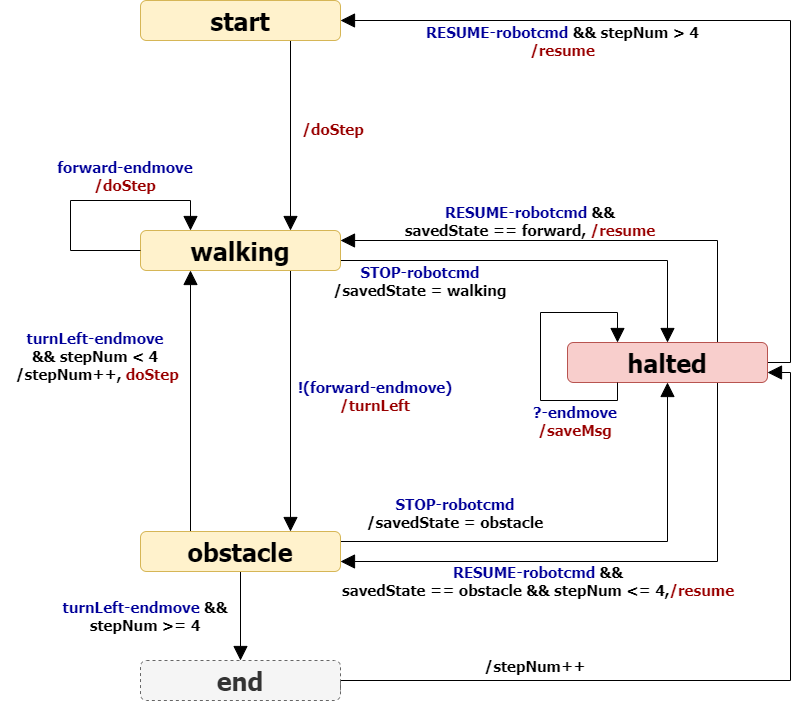
Above: userDocs/img/ResumableBoundaryWalkerWithActor.png in LM-96/MarchegianiLuca (draw.io), before the change. Source tidied: cells renumbered, new cells last; positions are measured from the earlier drawing's top-left corner, leaving out a move shared by most shapes.
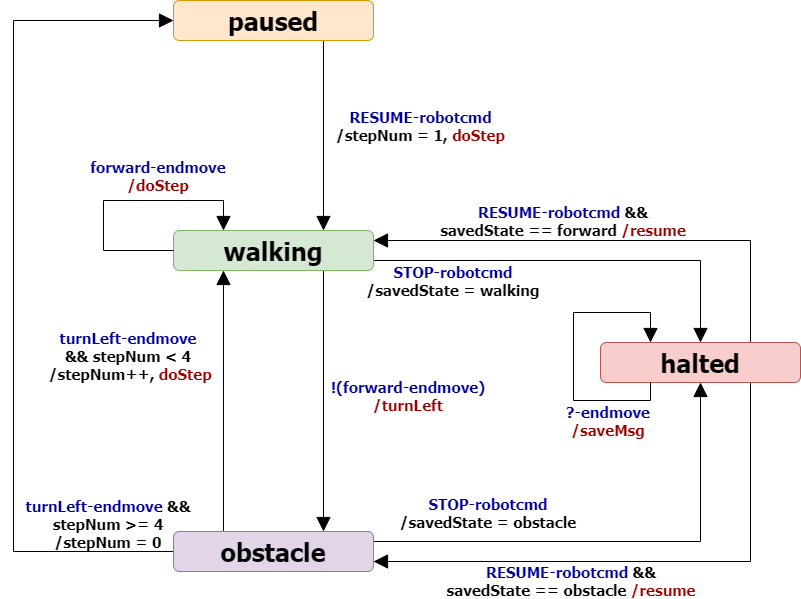
Above is the later version.

Diff of the diagram source:
```diff
@@ -5,116 +5,96 @@
     <mxCell id="2" style="edgeStyle=orthogonalEdgeStyle;rounded=0;jettySize=auto;html=1;exitX=0.75;exitY=1;exitDx=0;exitDy=0;entryX=0.75;entryY=0;entryDx=0;entryDy=0;fontFamily=Tahoma;fontSize=25;endSize=12;endArrow=block;endFill=1;" parent="1" edge="1" source="3" target="6">
       <mxGeometry relative="1" as="geometry" />
     </mxCell>
-    <mxCell id="3" value="start" style="rounded=1;whiteSpace=wrap;html=1;fillColor=#fff2cc;strokeColor=#d6b656;fontStyle=1;fontSize=25;fontFamily=Tahoma;" parent="1" vertex="1">
+    <mxCell id="3" value="paused" style="rounded=1;whiteSpace=wrap;html=1;fillColor=#ffe6cc;strokeColor=#d79b00;fontStyle=1;fontSize=25;fontFamily=Tahoma;" parent="1" vertex="1">
       <mxGeometry x="140" width="200" height="40" as="geometry" />
     </mxCell>
     <mxCell id="4" style="edgeStyle=orthogonalEdgeStyle;rounded=0;jettySize=auto;html=1;exitX=0.75;exitY=1;exitDx=0;exitDy=0;entryX=0.75;entryY=0;entryDx=0;entryDy=0;endArrow=block;endFill=1;endSize=12;fontFamily=Tahoma;fontSize=25;" parent="1" edge="1" source="6" target="10">
       <mxGeometry relative="1" as="geometry" />
     </mxCell>
-    <mxCell id="5" style="rounded=0;jettySize=auto;html=1;exitX=1;exitY=0.75;exitDx=0;exitDy=0;entryX=0.5;entryY=0;entryDx=0;entryDy=0;endArrow=block;endFill=1;endSize=12;fontFamily=Tahoma;fontSize=22;fontColor=#990000;edgeStyle=orthogonalEdgeStyle;" parent="1" edge="1" source="6" target="14">
+    <mxCell id="5" style="rounded=0;jettySize=auto;html=1;exitX=1;exitY=0.75;exitDx=0;exitDy=0;entryX=0.5;entryY=0;entryDx=0;entryDy=0;endArrow=block;endFill=1;endSize=12;fontFamily=Tahoma;fontSize=22;fontColor=#990000;edgeStyle=orthogonalEdgeStyle;" parent="1" edge="1" source="6" target="13">
       <mxGeometry relative="1" as="geometry">
         <Array as="points">
           <mxPoint x="667" y="260" />
         </Array>
       </mxGeometry>
     </mxCell>
-    <mxCell id="6" value="walking" style="rounded=1;whiteSpace=wrap;html=1;fillColor=#fff2cc;strokeColor=#d6b656;fontStyle=1;fontSize=25;fontFamily=Tahoma;" parent="1" vertex="1">
+    <mxCell id="6" value="walking" style="rounded=1;whiteSpace=wrap;html=1;fillColor=#d5e8d4;strokeColor=#82b366;fontStyle=1;fontSize=25;fontFamily=Tahoma;" parent="1" vertex="1">
       <mxGeometry x="140" y="230" width="200" height="40" as="geometry" />
     </mxCell>
     <mxCell id="7" style="edgeStyle=orthogonalEdgeStyle;rounded=0;jettySize=auto;html=1;exitX=0.25;exitY=0;exitDx=0;exitDy=0;entryX=0.25;entryY=1;entryDx=0;entryDy=0;endArrow=block;endFill=1;endSize=12;fontFamily=Tahoma;fontSize=25;" parent="1" edge="1" source="10" target="6">
       <mxGeometry relative="1" as="geometry" />
     </mxCell>
-    <mxCell id="8" style="edgeStyle=orthogonalEdgeStyle;rounded=0;jettySize=auto;html=1;exitX=1;exitY=0.25;exitDx=0;exitDy=0;entryX=0.5;entryY=1;entryDx=0;entryDy=0;endArrow=block;endFill=1;endSize=12;fontFamily=Tahoma;fontSize=22;fontColor=#990000;" parent="1" edge="1" source="10" target="14">
+    <mxCell id="8" style="edgeStyle=orthogonalEdgeStyle;rounded=0;jettySize=auto;html=1;exitX=1;exitY=0.25;exitDx=0;exitDy=0;entryX=0.5;entryY=1;entryDx=0;entryDy=0;endArrow=block;endFill=1;endSize=12;fontFamily=Tahoma;fontSize=22;fontColor=#990000;" parent="1" edge="1" source="10" target="13">
       <mxGeometry relative="1" as="geometry" />
     </mxCell>
-    <mxCell id="9" style="edgeStyle=orthogonalEdgeStyle;rounded=0;jettySize=auto;html=1;endArrow=block;endFill=1;endSize=12;fontFamily=Tahoma;fontSize=15;fontColor=#000000;" parent="1" edge="1" source="10" target="28">
-      <mxGeometry relative="1" as="geometry" />
+    <mxCell id="9" style="edgeStyle=orthogonalEdgeStyle;rounded=0;jettySize=auto;html=1;endArrow=block;endFill=1;endSize=12;fontFamily=Tahoma;fontSize=15;fontColor=#000000;entryX=0;entryY=0.5;entryDx=0;entryDy=0;" parent="1" edge="1" source="10" target="3">
+      <mxGeometry relative="1" as="geometry">
+        <Array as="points">
+          <mxPoint x="-20" y="551" />
+          <mxPoint x="-20" y="20" />
+        </Array>
+      </mxGeometry>
     </mxCell>
-    <mxCell id="10" value="obstacle" style="rounded=1;whiteSpace=wrap;html=1;fillColor=#fff2cc;strokeColor=#d6b656;fontStyle=1;fontSize=25;fontFamily=Tahoma;" parent="1" vertex="1">
+    <mxCell id="10" value="obstacle" style="rounded=1;whiteSpace=wrap;html=1;fillColor=#e1d5e7;strokeColor=#9673a6;fontStyle=1;fontSize=25;fontFamily=Tahoma;" parent="1" vertex="1">
       <mxGeometry x="140" y="531" width="200" height="40" as="geometry" />
     </mxCell>
-    <mxCell id="11" style="edgeStyle=orthogonalEdgeStyle;rounded=0;jettySize=auto;html=1;exitX=0.75;exitY=0;exitDx=0;exitDy=0;entryX=1;entryY=0.25;entryDx=0;entryDy=0;endArrow=block;endFill=1;endSize=12;fontFamily=Tahoma;fontSize=20;fontColor=#990000;" parent="1" edge="1" source="14" target="6">
+    <mxCell id="11" style="edgeStyle=orthogonalEdgeStyle;rounded=0;jettySize=auto;html=1;exitX=0.75;exitY=0;exitDx=0;exitDy=0;entryX=1;entryY=0.25;entryDx=0;entryDy=0;endArrow=block;endFill=1;endSize=12;fontFamily=Tahoma;fontSize=20;fontColor=#990000;" parent="1" edge="1" source="13" target="6">
       <mxGeometry relative="1" as="geometry" />
     </mxCell>
-    <mxCell id="12" style="edgeStyle=orthogonalEdgeStyle;rounded=0;jettySize=auto;html=1;exitX=0.75;exitY=1;exitDx=0;exitDy=0;entryX=1;entryY=0.75;entryDx=0;entryDy=0;endArrow=block;endFill=1;endSize=12;fontFamily=Tahoma;fontSize=20;fontColor=#990000;" parent="1" edge="1" source="14" target="10">
+    <mxCell id="12" style="edgeStyle=orthogonalEdgeStyle;rounded=0;jettySize=auto;html=1;exitX=0.75;exitY=1;exitDx=0;exitDy=0;entryX=1;entryY=0.75;entryDx=0;entryDy=0;endArrow=block;endFill=1;endSize=12;fontFamily=Tahoma;fontSize=20;fontColor=#990000;" parent="1" edge="1" source="13" target="10">
       <mxGeometry relative="1" as="geometry" />
     </mxCell>
-    <mxCell id="13" style="edgeStyle=orthogonalEdgeStyle;rounded=0;jettySize=auto;html=1;exitX=1;exitY=0.5;exitDx=0;exitDy=0;entryX=1;entryY=0.5;entryDx=0;entryDy=0;endArrow=block;endFill=1;endSize=12;fontFamily=Tahoma;fontSize=15;fontColor=#990000;" parent="1" edge="1" source="14" target="3">
-      <mxGeometry relative="1" as="geometry">
-        <Array as="points">
-          <mxPoint x="790" y="362" />
-          <mxPoint x="790" y="20" />
-        </Array>
-      </mxGeometry>
+    <mxCell id="13" value="halted" style="rounded=1;whiteSpace=wrap;html=1;fillColor=#f8cecc;strokeColor=#b85450;fontStyle=1;fontSize=25;fontFamily=Tahoma;" parent="1" vertex="1">
+      <mxGeometry x="567" y="342" width="200" height="40" as="geometry" />
     </mxCell>
-    <mxCell id="14" value="halted" style="rounded=1;whiteSpace=wrap;html=1;fillColor=#f8cecc;strokeColor=#b85450;fontStyle=1;fontSize=25;fontFamily=Tahoma;" parent="1" vertex="1">
-      <mxGeometry x="567" y="342" width="200" height="40" as="geometry" />
+    <mxCell id="14" style="edgeStyle=orthogonalEdgeStyle;rounded=0;orthogonalLoop=1;jettySize=auto;html=1;exitX=0;exitY=0.5;exitDx=0;exitDy=0;entryX=0.25;entryY=0;entryDx=0;entryDy=0;endArrow=block;endFill=1;endSize=12;fontFamily=Tahoma;fontSize=25;" parent="1" edge="1" source="6" target="6">
+      <mxGeometry relative="1" as="geometry">
+        <Array as="points">
+          <mxPoint x="70" y="250" />
+          <mxPoint x="70" y="200" />
+          <mxPoint x="190" y="200" />
+        </Array>
+      </mxGeometry>
     </mxCell>
-    <mxCell id="15" style="edgeStyle=orthogonalEdgeStyle;rounded=0;orthogonalLoop=1;jettySize=auto;html=1;exitX=0;exitY=0.5;exitDx=0;exitDy=0;entryX=0.25;entryY=0;entryDx=0;entryDy=0;endArrow=block;endFill=1;endSize=12;fontFamily=Tahoma;fontSize=25;" parent="1" edge="1" source="6" target="6">
-      <mxGeometry relative="1" as="geometry">
-        <Array as="points">
-          <mxPoint x="70" y="250" />
-          <mxPoint x="70" y="200" />
-          <mxPoint x="190" y="200" />
-        </Array>
-      </mxGeometry>
+    <mxCell id="15" value="&lt;font color=&quot;#000099&quot; style=&quot;font-size: 15px;&quot;&gt;forward-endmove&lt;br style=&quot;font-size: 15px;&quot;&gt;&lt;/font&gt;/doStep" style="text;html=1;strokeColor=none;fillColor=none;align=center;verticalAlign=middle;whiteSpace=wrap;rounded=0;fontFamily=Tahoma;fontSize=15;fontStyle=1;fontColor=#990000;" parent="1" vertex="1">
+      <mxGeometry x="30" y="140" width="190" height="70" as="geometry" />
     </mxCell>
-    <mxCell id="16" value="&lt;font color=&quot;#000099&quot; style=&quot;font-size: 15px;&quot;&gt;forward-endmove&lt;br style=&quot;font-size: 15px;&quot;&gt;&lt;/font&gt;/doStep" style="text;html=1;strokeColor=none;fillColor=none;align=center;verticalAlign=middle;whiteSpace=wrap;rounded=0;fontFamily=Tahoma;fontSize=15;fontStyle=1;fontColor=#990000;" parent="1" vertex="1">
-      <mxGeometry x="30" y="140" width="190" height="70" as="geometry" />
+    <mxCell id="16" value="&lt;font color=&quot;#000099&quot; style=&quot;font-size: 15px&quot;&gt;turnLeft-endmove&lt;/font&gt;&lt;br style=&quot;font-size: 15px&quot;&gt;&lt;font color=&quot;#000000&quot; style=&quot;font-size: 15px&quot;&gt;&amp;amp;&amp;amp; stepNum &amp;lt; 4&lt;/font&gt;&lt;br style=&quot;font-size: 15px&quot;&gt;&lt;span style=&quot;color: rgb(0 , 0 , 0) ; font-size: 15px&quot;&gt;&amp;nbsp;/stepNum++,&amp;nbsp;&lt;/span&gt;doStep" style="text;html=1;strokeColor=none;fillColor=none;align=center;verticalAlign=middle;whiteSpace=wrap;rounded=0;fontFamily=Tahoma;fontSize=15;fontStyle=1;fontColor=#990000;" parent="1" vertex="1">
+      <mxGeometry y="320" width="190" height="70" as="geometry" />
     </mxCell>
-    <mxCell id="17" value="&lt;font color=&quot;#000099&quot; style=&quot;font-size: 15px&quot;&gt;turnLeft-endmove&lt;/font&gt;&lt;br style=&quot;font-size: 15px&quot;&gt;&lt;font color=&quot;#000000&quot; style=&quot;font-size: 15px&quot;&gt;&amp;amp;&amp;amp; stepNum &amp;lt; 4&lt;/font&gt;&lt;br style=&quot;font-size: 15px&quot;&gt;&lt;span style=&quot;color: rgb(0 , 0 , 0) ; font-size: 15px&quot;&gt;&amp;nbsp;/stepNum++,&amp;nbsp;&lt;/span&gt;doStep" style="text;html=1;strokeColor=none;fillColor=none;align=center;verticalAlign=middle;whiteSpace=wrap;rounded=0;fontFamily=Tahoma;fontSize=15;fontStyle=1;fontColor=#990000;" parent="1" vertex="1">
-      <mxGeometry y="320" width="190" height="70" as="geometry" />
+    <mxCell id="17" value="&lt;font color=&quot;#000099&quot; style=&quot;font-size: 15px;&quot;&gt;!(forward-endmove)&lt;/font&gt;&lt;br style=&quot;font-size: 15px;&quot;&gt;/turnLeft" style="text;html=1;strokeColor=none;fillColor=none;align=center;verticalAlign=middle;whiteSpace=wrap;rounded=0;fontFamily=Tahoma;fontSize=15;fontStyle=1;fontColor=#990000;" parent="1" vertex="1">
+      <mxGeometry x="280" y="360" width="190" height="70" as="geometry" />
     </mxCell>
-    <mxCell id="18" value="&lt;font color=&quot;#000099&quot; style=&quot;font-size: 15px;&quot;&gt;!(forward-endmove)&lt;/font&gt;&lt;br style=&quot;font-size: 15px;&quot;&gt;/turnLeft" style="text;html=1;strokeColor=none;fillColor=none;align=center;verticalAlign=middle;whiteSpace=wrap;rounded=0;fontFamily=Tahoma;fontSize=15;fontStyle=1;fontColor=#990000;" parent="1" vertex="1">
-      <mxGeometry x="280" y="360" width="190" height="70" as="geometry" />
+    <mxCell id="18" value="&lt;font color=&quot;#000099&quot; style=&quot;font-size: 15px&quot;&gt;STOP-robotcmd&lt;/font&gt;&lt;br style=&quot;font-size: 15px&quot;&gt;&lt;span style=&quot;color: rgb(0 , 0 , 0)&quot;&gt;/savedState = walking&lt;/span&gt;" style="text;html=1;strokeColor=none;fillColor=none;align=center;verticalAlign=middle;whiteSpace=wrap;rounded=0;fontFamily=Tahoma;fontSize=15;fontStyle=1;fontColor=#990000;" parent="1" vertex="1">
+      <mxGeometry x="310" y="260" width="220" height="40" as="geometry" />
     </mxCell>
-    <mxCell id="19" value="&lt;font color=&quot;#000099&quot; style=&quot;font-size: 15px&quot;&gt;STOP-robotcmd&lt;/font&gt;&lt;br style=&quot;font-size: 15px&quot;&gt;&lt;span style=&quot;color: rgb(0 , 0 , 0)&quot;&gt;/savedState = walking&lt;/span&gt;" style="text;html=1;strokeColor=none;fillColor=none;align=center;verticalAlign=middle;whiteSpace=wrap;rounded=0;fontFamily=Tahoma;fontSize=15;fontStyle=1;fontColor=#990000;" parent="1" vertex="1">
-      <mxGeometry x="310" y="260" width="220" height="40" as="geometry" />
+    <mxCell id="19" style="edgeStyle=orthogonalEdgeStyle;rounded=0;orthogonalLoop=1;jettySize=auto;html=1;exitX=0.25;exitY=1;exitDx=0;exitDy=0;entryX=0.25;entryY=0;entryDx=0;entryDy=0;endArrow=block;endFill=1;endSize=12;fontFamily=Tahoma;fontSize=15;fontColor=#990000;" parent="1" edge="1" source="13" target="13">
+      <mxGeometry relative="1" as="geometry">
+        <Array as="points">
+          <mxPoint x="617" y="400" />
+          <mxPoint x="540" y="400" />
+          <mxPoint x="540" y="312" />
+          <mxPoint x="617" y="312" />
+        </Array>
+      </mxGeometry>
     </mxCell>
-    <mxCell id="20" style="edgeStyle=orthogonalEdgeStyle;rounded=0;orthogonalLoop=1;jettySize=auto;html=1;exitX=0.25;exitY=1;exitDx=0;exitDy=0;entryX=0.25;entryY=0;entryDx=0;entryDy=0;endArrow=block;endFill=1;endSize=12;fontFamily=Tahoma;fontSize=15;fontColor=#990000;" parent="1" edge="1" source="14" target="14">
-      <mxGeometry relative="1" as="geometry">
-        <Array as="points">
-          <mxPoint x="617" y="400" />
-          <mxPoint x="540" y="400" />
-          <mxPoint x="540" y="312" />
-          <mxPoint x="617" y="312" />
-        </Array>
-      </mxGeometry>
+    <mxCell id="20" value="&lt;font color=&quot;#000099&quot;&gt;?-endmove&lt;/font&gt;&lt;font color=&quot;#000099&quot;&gt;&lt;br&gt;&lt;/font&gt;/saveMsg&lt;font color=&quot;#000099&quot;&gt;&lt;br&gt;&lt;/font&gt;" style="text;html=1;strokeColor=none;fillColor=none;align=center;verticalAlign=middle;whiteSpace=wrap;rounded=0;fontFamily=Tahoma;fontSize=15;fontStyle=1;fontColor=#990000;" parent="1" vertex="1">
+      <mxGeometry x="500" y="400" width="150" height="40" as="geometry" />
     </mxCell>
-    <mxCell id="21" value="&lt;font color=&quot;#000099&quot;&gt;?-endmove&lt;/font&gt;&lt;font color=&quot;#000099&quot;&gt;&lt;br&gt;&lt;/font&gt;/saveMsg&lt;font color=&quot;#000099&quot;&gt;&lt;br&gt;&lt;/font&gt;" style="text;html=1;strokeColor=none;fillColor=none;align=center;verticalAlign=middle;whiteSpace=wrap;rounded=0;fontFamily=Tahoma;fontSize=15;fontStyle=1;fontColor=#990000;" parent="1" vertex="1">
-      <mxGeometry x="500" y="400" width="150" height="40" as="geometry" />
+    <mxCell id="21" value="&lt;span style=&quot;color: rgb(0 , 0 , 153)&quot;&gt;RESUME-robotcmd&lt;/span&gt;&lt;font style=&quot;font-size: 15px&quot; color=&quot;#000000&quot;&gt;&amp;nbsp;&amp;amp;&amp;amp;&lt;br&gt;savedState == forward&amp;nbsp;&lt;/font&gt;/resume" style="text;html=1;strokeColor=none;fillColor=none;align=center;verticalAlign=middle;whiteSpace=wrap;rounded=0;fontFamily=Tahoma;fontSize=15;fontStyle=1;fontColor=#990000;" parent="1" vertex="1">
+      <mxGeometry x="370" y="200" width="320" height="40" as="geometry" />
     </mxCell>
-    <mxCell id="22" value="&lt;span style=&quot;color: rgb(0 , 0 , 153)&quot;&gt;RESUME-robotcmd&lt;/span&gt;&lt;font style=&quot;font-size: 15px&quot; color=&quot;#000000&quot;&gt;&amp;nbsp;&amp;amp;&amp;amp;&lt;br&gt;savedState == forward,&amp;nbsp;&lt;/font&gt;/resume" style="text;html=1;strokeColor=none;fillColor=none;align=center;verticalAlign=middle;whiteSpace=wrap;rounded=0;fontFamily=Tahoma;fontSize=15;fontStyle=1;fontColor=#990000;" parent="1" vertex="1">
-      <mxGeometry x="370" y="200" width="320" height="40" as="geometry" />
+    <mxCell id="22" value="&lt;span style=&quot;color: rgb(0 , 0 , 153)&quot;&gt;STOP-robotcmd&lt;/span&gt;&lt;font style=&quot;font-size: 15px&quot; color=&quot;#000000&quot;&gt;&lt;br&gt;&lt;/font&gt;&lt;font style=&quot;font-size: 15px&quot; color=&quot;#000000&quot;&gt;/savedState = obstacle&lt;/font&gt;" style="text;html=1;strokeColor=none;fillColor=none;align=center;verticalAlign=middle;whiteSpace=wrap;rounded=0;fontFamily=Tahoma;fontSize=15;fontStyle=1;fontColor=#990000;" parent="1" vertex="1">
+      <mxGeometry x="300" y="487" width="310" height="50" as="geometry" />
     </mxCell>
-    <mxCell id="23" value="/doStep" style="text;html=1;strokeColor=none;fillColor=none;align=center;verticalAlign=middle;whiteSpace=wrap;rounded=0;fontFamily=Tahoma;fontSize=15;fontStyle=1;fontColor=#990000;" parent="1" vertex="1">
-      <mxGeometry x="290" y="115" width="86" height="25" as="geometry" />
+    <mxCell id="23" value="&lt;font style=&quot;font-size: 15px&quot;&gt;&lt;span style=&quot;color: rgb(0 , 0 , 153)&quot;&gt;RESUME-robotcmd&lt;/span&gt;&amp;nbsp;&amp;amp;&amp;amp;&lt;br&gt;savedState == obstacle&amp;nbsp;&lt;/font&gt;&lt;span style=&quot;color: rgb(153 , 0 , 0)&quot;&gt;/resume&lt;/span&gt;" style="text;html=1;strokeColor=none;fillColor=none;align=center;verticalAlign=middle;whiteSpace=wrap;rounded=0;fontFamily=Tahoma;fontSize=15;fontStyle=1;" parent="1" vertex="1">
+      <mxGeometry x="340" y="565" width="396" height="30" as="geometry" />
     </mxCell>
-    <mxCell id="24" value="&lt;span style=&quot;color: rgb(0 , 0 , 153)&quot;&gt;STOP-robotcmd&lt;/span&gt;&lt;font style=&quot;font-size: 15px&quot; color=&quot;#000000&quot;&gt;&lt;br&gt;&lt;/font&gt;&lt;font style=&quot;font-size: 15px&quot; color=&quot;#000000&quot;&gt;/savedState = obstacle&lt;/font&gt;" style="text;html=1;strokeColor=none;fillColor=none;align=center;verticalAlign=middle;whiteSpace=wrap;rounded=0;fontFamily=Tahoma;fontSize=15;fontStyle=1;fontColor=#990000;" parent="1" vertex="1">
-      <mxGeometry x="300" y="487" width="310" height="50" as="geometry" />
+    <mxCell id="24" value="&lt;span style=&quot;color: rgb(0 , 0 , 153)&quot;&gt;RESUME-robotcmd&lt;br&gt;&lt;/span&gt;&lt;font color=&quot;#000000&quot;&gt;/stepNum = 1,&lt;/font&gt; doStep&lt;font style=&quot;font-size: 15px&quot; color=&quot;#000000&quot;&gt;&lt;br&gt;&lt;/font&gt;" style="text;html=1;strokeColor=none;fillColor=none;align=center;verticalAlign=middle;whiteSpace=wrap;rounded=0;fontFamily=Tahoma;fontSize=15;fontStyle=1;fontColor=#990000;" parent="1" vertex="1">
+      <mxGeometry x="280" y="110" width="215" height="30" as="geometry" />
     </mxCell>
-    <mxCell id="25" value="&lt;font style=&quot;font-size: 15px&quot;&gt;&lt;span style=&quot;color: rgb(0 , 0 , 153)&quot;&gt;RESUME-robotcmd&lt;/span&gt;&amp;nbsp;&amp;amp;&amp;amp;&lt;br&gt;savedState == obstacle &amp;amp;&amp;amp; stepNum &amp;lt;= 4,&lt;/font&gt;&lt;span style=&quot;color: rgb(153 , 0 , 0)&quot;&gt;/resume&lt;/span&gt;" style="text;html=1;strokeColor=none;fillColor=none;align=center;verticalAlign=middle;whiteSpace=wrap;rounded=0;fontFamily=Tahoma;fontSize=15;fontStyle=1;" parent="1" vertex="1">
-      <mxGeometry x="340" y="565" width="396" height="30" as="geometry" />
+    <mxCell id="25" value="&lt;span style=&quot;color: rgb(0 , 0 , 153)&quot;&gt;turnLeft-endmove&lt;/span&gt;&lt;font style=&quot;font-size: 15px&quot; color=&quot;#000000&quot;&gt;&amp;nbsp;&amp;amp;&amp;amp;&lt;br&gt;stepNum &amp;gt;= 4&lt;br&gt;/stepNum = 0&lt;br&gt;&lt;/font&gt;" style="text;html=1;strokeColor=none;fillColor=none;align=center;verticalAlign=middle;whiteSpace=wrap;rounded=0;fontFamily=Tahoma;fontSize=15;fontStyle=1;fontColor=#990000;" parent="1" vertex="1">
+      <mxGeometry x="-30" y="498" width="210" height="50" as="geometry" />
     </mxCell>
-    <mxCell id="26" value="&lt;span style=&quot;color: rgb(0 , 0 , 153)&quot;&gt;RESUME-robotcmd&lt;/span&gt;&lt;font style=&quot;font-size: 15px&quot; color=&quot;#000000&quot;&gt;&amp;nbsp;&amp;amp;&amp;amp; stepNum &amp;gt; 4&lt;br&gt;&lt;/font&gt;/resume&lt;font style=&quot;font-size: 15px&quot; color=&quot;#000000&quot;&gt;&lt;br&gt;&lt;/font&gt;" style="text;html=1;strokeColor=none;fillColor=none;align=center;verticalAlign=middle;whiteSpace=wrap;rounded=0;fontFamily=Tahoma;fontSize=15;fontStyle=1;fontColor=#990000;" parent="1" vertex="1">
-      <mxGeometry x="400" y="25" width="325" height="30" as="geometry" />
-    </mxCell>
-    <mxCell id="27" style="edgeStyle=orthogonalEdgeStyle;rounded=0;jettySize=auto;html=1;exitX=1;exitY=0.75;exitDx=0;exitDy=0;entryX=1;entryY=0.75;entryDx=0;entryDy=0;endArrow=block;endFill=1;endSize=12;fontFamily=Tahoma;fontSize=15;fontColor=#000000;" parent="1" edge="1" source="28" target="14">
-      <mxGeometry relative="1" as="geometry">
-        <Array as="points">
-          <mxPoint x="790" y="680" />
-          <mxPoint x="790" y="372" />
-        </Array>
-      </mxGeometry>
-    </mxCell>
-    <mxCell id="28" value="end" style="rounded=1;whiteSpace=wrap;html=1;fillColor=#f5f5f5;strokeColor=#666666;fontStyle=1;fontSize=25;fontFamily=Tahoma;fontColor=#333333;dashed=1;" parent="1" vertex="1">
-      <mxGeometry x="140" y="660" width="200" height="40" as="geometry" />
-    </mxCell>
-    <mxCell id="29" value="&lt;span style=&quot;color: rgb(0 , 0 , 153)&quot;&gt;turnLeft-endmove&lt;/span&gt;&lt;font style=&quot;font-size: 15px&quot; color=&quot;#000000&quot;&gt;&amp;nbsp;&amp;amp;&amp;amp;&lt;br&gt;stepNum &amp;gt;= 4&lt;br&gt;&lt;/font&gt;" style="text;html=1;strokeColor=none;fillColor=none;align=center;verticalAlign=middle;whiteSpace=wrap;rounded=0;fontFamily=Tahoma;fontSize=15;fontStyle=1;fontColor=#990000;" parent="1" vertex="1">
-      <mxGeometry x="40" y="590" width="210" height="50" as="geometry" />
-    </mxCell>
-    <mxCell id="30" value="&lt;font style=&quot;font-size: 15px&quot; color=&quot;#000000&quot;&gt;/stepNum++&lt;/font&gt;" style="text;html=1;strokeColor=none;fillColor=none;align=center;verticalAlign=middle;whiteSpace=wrap;rounded=0;fontFamily=Tahoma;fontSize=15;fontStyle=1;fontColor=#990000;" parent="1" vertex="1">
-      <mxGeometry x="380" y="640" width="310" height="50" as="geometry" />
-    </mxCell>
   </root>
 </mxGraphModel>
```
